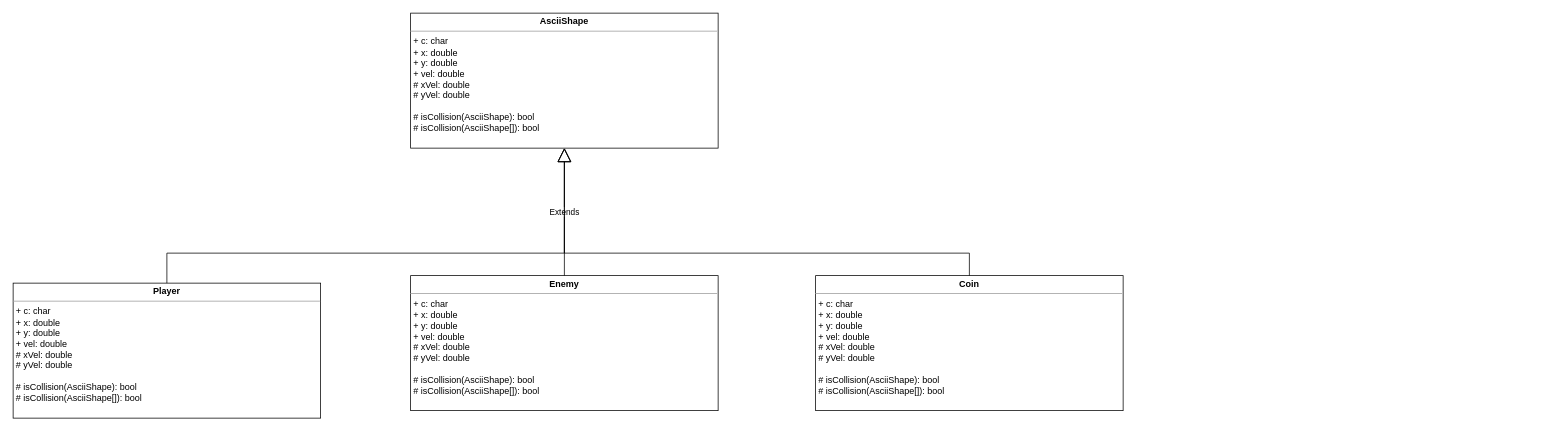
Earlier version of the draw.io diagram AsciiGame.drawio (Artemexbits/BISBB_SS2023_CB_GA1). Source tidied: cells renumbered, new cells numbered last; positions are measured from the earlier drawing's top-left corner, leaving out a move shared by most shapes. Both pictures are drawn from the tidied source at 75%, with x=0, y=0 at pixel (13, 13).
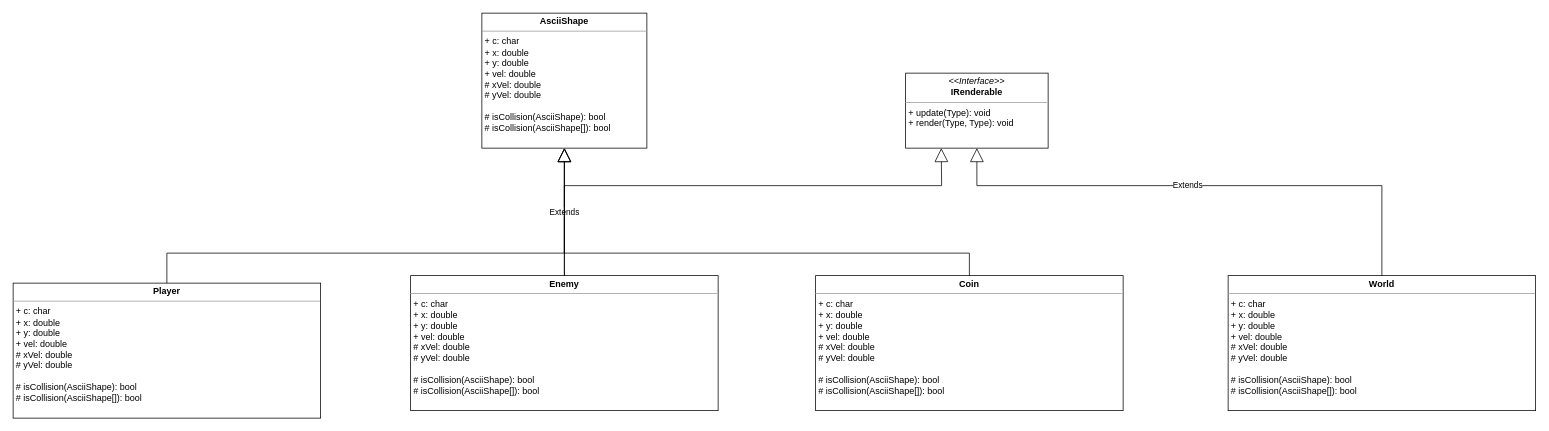
After the change.

The change refers to these unchanged cells:
```xml
<mxCell id="5" value="&lt;p style=&quot;margin:0px;margin-top:4px;text-align:center;&quot;&gt;&lt;b&gt;Enemy&lt;/b&gt;&lt;/p&gt;&lt;hr size=&quot;1&quot;&gt;&lt;p style=&quot;margin:0px;margin-left:4px;&quot;&gt;+ c: char&lt;/p&gt;&lt;p style=&quot;margin:0px;margin-left:4px;&quot;&gt;+ x: double&lt;/p&gt;&lt;p style=&quot;margin:0px;margin-left:4px;&quot;&gt;+ y: double&lt;/p&gt;&lt;p style=&quot;margin:0px;margin-left:4px;&quot;&gt;+ vel: double&lt;/p&gt;&lt;p style=&quot;margin:0px;margin-left:4px;&quot;&gt;# xVel: double&lt;/p&gt;&lt;p style=&quot;margin:0px;margin-left:4px;&quot;&gt;# yVel: double&lt;/p&gt;&lt;p style=&quot;margin:0px;margin-left:4px;&quot;&gt;&lt;br&gt;&lt;/p&gt;&lt;p style=&quot;margin:0px;margin-left:4px;&quot;&gt;&lt;span style=&quot;background-color: initial;&quot;&gt;# isCollision(AsciiShape): bool&lt;/span&gt;&lt;/p&gt;&lt;p style=&quot;margin:0px;margin-left:4px;&quot;&gt;&lt;span style=&quot;background-color: initial;&quot;&gt;# isCollision(AsciiShape[]): bool&lt;/span&gt;&lt;/p&gt;" style="verticalAlign=top;align=left;overflow=fill;fontSize=12;fontFamily=Helvetica;html=1;" parent="1" vertex="1">
  <mxGeometry x="530" y="350" width="410" height="180" as="geometry" />
</mxCell>
```

What changed in the source:
```diff
@@
     <mxCell id="2" value="&lt;p style=&quot;margin:0px;margin-top:4px;text-align:center;&quot;&gt;&lt;b&gt;AsciiShape&lt;/b&gt;&lt;/p&gt;&lt;hr size=&quot;1&quot;&gt;&lt;p style=&quot;margin:0px;margin-left:4px;&quot;&gt;+ c: char&lt;/p&gt;&lt;p style=&quot;margin:0px;margin-left:4px;&quot;&gt;+ x: double&lt;/p&gt;&lt;p style=&quot;margin:0px;margin-left:4px;&quot;&gt;+ y: double&lt;/p&gt;&lt;p style=&quot;margin:0px;margin-left:4px;&quot;&gt;+ vel: double&lt;/p&gt;&lt;p style=&quot;margin:0px;margin-left:4px;&quot;&gt;# xVel: double&lt;/p&gt;&lt;p style=&quot;margin:0px;margin-left:4px;&quot;&gt;# yVel: double&lt;/p&gt;&lt;p style=&quot;margin:0px;margin-left:4px;&quot;&gt;&lt;br&gt;&lt;/p&gt;&lt;p style=&quot;margin:0px;margin-left:4px;&quot;&gt;&lt;span style=&quot;background-color: initial;&quot;&gt;# isCollision(AsciiShape): bool&lt;/span&gt;&lt;/p&gt;&lt;p style=&quot;margin:0px;margin-left:4px;&quot;&gt;&lt;span style=&quot;background-color: initial;&quot;&gt;# isCollision(AsciiShape[]): bool&lt;/span&gt;&lt;/p&gt;" style="verticalAlign=top;align=left;overflow=fill;fontSize=12;fontFamily=Helvetica;html=1;" parent="1" vertex="1">
-      <mxGeometry x="530" width="410" height="180" as="geometry" />
+      <mxGeometry x="625" width="220" height="180" as="geometry" />
     </mxCell>
@@
+    <mxCell id="9" value="&lt;p style=&quot;margin:0px;margin-top:4px;text-align:center;&quot;&gt;&lt;i&gt;&amp;lt;&amp;lt;Interface&amp;gt;&amp;gt;&lt;/i&gt;&lt;br&gt;&lt;b&gt;IRenderable&lt;/b&gt;&lt;/p&gt;&lt;hr size=&quot;1&quot;&gt;&lt;p style=&quot;margin:0px;margin-left:4px;&quot;&gt;+ update(Type): void&lt;br&gt;+ render(Type, Type): void&lt;/p&gt;" style="verticalAlign=top;align=left;overflow=fill;fontSize=12;fontFamily=Helvetica;html=1;" parent="1" vertex="1">
+      <mxGeometry x="1190" y="80" width="190" height="100" as="geometry" />
+    </mxCell>
+    <mxCell id="10" value="&lt;p style=&quot;margin:0px;margin-top:4px;text-align:center;&quot;&gt;&lt;b&gt;World&lt;/b&gt;&lt;/p&gt;&lt;hr size=&quot;1&quot;&gt;&lt;p style=&quot;margin:0px;margin-left:4px;&quot;&gt;+ c: char&lt;/p&gt;&lt;p style=&quot;margin:0px;margin-left:4px;&quot;&gt;+ x: double&lt;/p&gt;&lt;p style=&quot;margin:0px;margin-left:4px;&quot;&gt;+ y: double&lt;/p&gt;&lt;p style=&quot;margin:0px;margin-left:4px;&quot;&gt;+ vel: double&lt;/p&gt;&lt;p style=&quot;margin:0px;margin-left:4px;&quot;&gt;# xVel: double&lt;/p&gt;&lt;p style=&quot;margin:0px;margin-left:4px;&quot;&gt;# yVel: double&lt;/p&gt;&lt;p style=&quot;margin:0px;margin-left:4px;&quot;&gt;&lt;br&gt;&lt;/p&gt;&lt;p style=&quot;margin:0px;margin-left:4px;&quot;&gt;&lt;span style=&quot;background-color: initial;&quot;&gt;# isCollision(AsciiShape): bool&lt;/span&gt;&lt;/p&gt;&lt;p style=&quot;margin:0px;margin-left:4px;&quot;&gt;&lt;span style=&quot;background-color: initial;&quot;&gt;# isCollision(AsciiShape[]): bool&lt;/span&gt;&lt;/p&gt;" style="verticalAlign=top;align=left;overflow=fill;fontSize=12;fontFamily=Helvetica;html=1;" parent="1" vertex="1">
+      <mxGeometry x="1620" y="350" width="410" height="180" as="geometry" />
+    </mxCell>
+    <mxCell id="11" style="endArrow=block;endSize=16;endFill=0;html=1;rounded=0;exitX=0.5;exitY=0;exitDx=0;exitDy=0;entryX=0.5;entryY=1;entryDx=0;entryDy=0;" parent="1" edge="1" source="10" target="9">
+      <mxGeometry relative="1" as="geometry">
+        <Array as="points">
+          <mxPoint x="1825" y="230" />
+          <mxPoint x="1560" y="230" />
+          <mxPoint x="1285" y="230" />
+        </Array>
+      </mxGeometry>
+    </mxCell>
+    <mxCell id="12" value="Extends" style="edgeLabel;html=1;align=center;verticalAlign=middle;" parent="11" vertex="1">
+      <mxGeometry x="0.07" y="-2" relative="1" as="geometry" />
+    </mxCell>
+    <mxCell id="13" style="endArrow=block;endSize=16;endFill=0;html=1;rounded=0;entryX=0.25;entryY=1;entryDx=0;entryDy=0;exitX=0.5;exitY=0;exitDx=0;exitDy=0;" parent="1" edge="1" source="5" target="9">
+      <mxGeometry relative="1" as="geometry">
+        <Array as="points">
+          <mxPoint x="735" y="230" />
+          <mxPoint x="1238" y="230" />
+        </Array>
+      </mxGeometry>
+    </mxCell>
```
